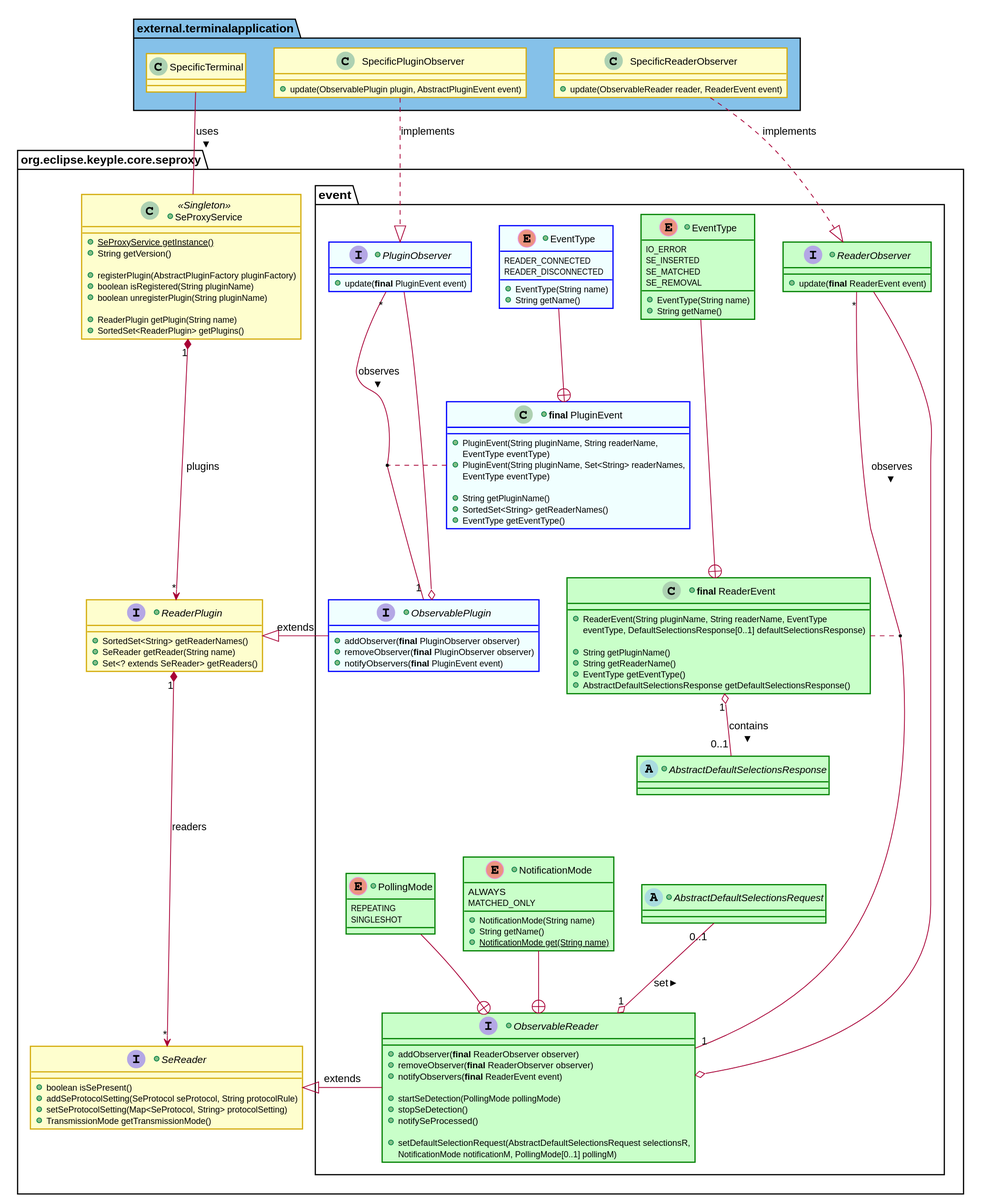
Above: docs/KeypleCoreApi/ApplicationApi/img/KeypleCore_ApplicationApi_ClassDiag_SE_Proxy_ObservablePluginAndReaderEvents_0_8_1.svg in calypsonet/keyple (PlantUML), before the change. Its diagram source:
```plantuml
@startuml
skinparam ClassBorderColor #D4AC0D
skinparam stereotypeABorderColor #A9DCDF
skinparam stereotypeIBorderColor #B4A7E5
skinparam stereotypeCBorderColor #ADD1B2
skinparam stereotypeEBorderColor #EB93DF
skinparam shadowing false

skinparam StateBorderColor #D4AC0D
skinparam ActivityBorderColor #D4AC0D

skinparam ClassBackgroundColor<<red>> #FDEDEC
skinparam ClassBorderColor<<red>> #E74C3C
hide <<red>> stereotype
skinparam ClassBackgroundColor<<purple>> #F4ECF7
skinparam ClassBorderColor<<purple>> #8E44AD
hide <<purple>> stereotype
skinparam ClassBackgroundColor<<blue>> #EBF5FB
skinparam ClassBorderColor<<blue>> #3498DB
hide <<blue>> stereotype
skinparam ClassBackgroundColor<<green>> #EAFAF1
skinparam ClassBorderColor<<green>> #2ECC71
hide <<green>> stereotype

skinparam ClassBackgroundColor<<orange>> #FDF2E9
skinparam ClassBorderColor<<orange>> #E67E22
hide <<orange>> stereotype

skinparam ClassBackgroundColor<<grey>> #EAECEE
skinparam ClassBorderColor<<grey>> #2C3E50
hide <<grey>> stereotype

package external.terminalapplication #85C1E9 {
  class SpecificTerminal

  class SpecificPluginObserver {
    +update(ObservablePlugin plugin, AbstractPluginEvent event)
  }
  class SpecificReaderObserver {
    +update(ObservableReader reader, ReaderEvent event)
  }

  SpecificTerminal -right[hidden]--> SpecificPluginObserver
  SpecificPluginObserver -right[hidden]--> SpecificReaderObserver
}

package org.eclipse.keyple.core.seproxy #FFFFFF {

  class SeProxyService

  package event #FFFFFF {
+enum "EventType" as EventType_Plugin {
  READER_CONNECTED
  READER_DISCONNECTED
  +EventType(String name)
  +String getName()
}

+class "<b>final</b> PluginEvent" as PluginEvent {
  +PluginEvent(String pluginName, String readerName,
    EventType eventType)
  +PluginEvent(String pluginName, Set<String> readerNames,
    EventType eventType)

  +String getPluginName()
  +SortedSet<String> getReaderNames()
  +EventType getEventType()
}
+interface PluginObserver {
  +update(<b>final</b> PluginEvent event)
}
    interface ObservablePlugin
    EventType_Plugin -up-+ PluginEvent


    PluginObserver "*" -down- "1" ObservablePlugin : observes >
    PluginEvent . (ObservablePlugin, PluginObserver)
    PluginObserver --o ObservablePlugin

+enum "EventType" as EventType_Reader {
  IO_ERROR
  SE_INSERTED
  SE_MATCHED
  SE_REMOVAL
  +EventType(String name)
  +String getName()
}

+class "<b>final</b> ReaderEvent" as ReaderEvent {
  +ReaderEvent(String pluginName, String readerName, EventType
  eventType, DefaultSelectionsResponse[0..1] defaultSelectionsResponse)

  +String getPluginName()
  +String getReaderName()
  +EventType getEventType()
  +AbstractDefaultSelectionsResponse getDefaultSelectionsResponse()
}
    EventType_Reader -up--+ ReaderEvent
    ReaderEvent "1" o-down- "0..1" AbstractDefaultSelectionsResponse : contains >

+interface ReaderObserver {
  +update(<b>final</b> ReaderEvent event)
}
    interface ObservableReader
+enum NotificationMode {
  ALWAYS
  MATCHED_ONLY
  +NotificationMode(String name)
  +String getName()
  +{static}NotificationMode get(String name)
}

+enum PollingMode {
  REPEATING
  SINGLESHOT
}
+abstract AbstractDefaultSelectionsRequest {
}

+abstract AbstractDefaultSelectionsResponse {
}

    ReaderObserver "*" -down-- "1" ObservableReader : observes >
    ReaderEvent . (ReaderObserver, ObservableReader)
    ReaderObserver --o ObservableReader

    PollingMode --+ ObservableReader
    NotificationMode --+ ObservableReader
    ObservableReader "1" o-up- "0..1" AbstractDefaultSelectionsRequest : set >
AbstractDefaultSelectionsResponse -down[hidden]- AbstractDefaultSelectionsRequest
  }

  interface ReaderPlugin
+interface SeReader {
  +boolean isSePresent()
  +addSeProtocolSetting(SeProtocol seProtocol, String protocolRule)
  +setSeProtocolSetting(Map<SeProtocol, String> protocolSetting)
  +TransmissionMode getTransmissionMode()
}

  SeProxyService "1" *--> "*" ReaderPlugin : plugins
  ReaderPlugin "1" *-down-> "*" SeReader : readers

  ObservablePlugin -left-|> ReaderPlugin : extends
  ObservableReader -left-|> SeReader : extends
}

SpecificPluginObserver .down.|> PluginObserver : implements
SpecificReaderObserver .down.|> ReaderObserver : implements
SpecificTerminal -down- SeProxyService : uses >

SpecificTerminal -right[hidden]--- SpecificPluginObserver
SeProxyService -right[hidden]--> PluginObserver
PluginObserver  -right[hidden]--> EventType_Plugin
EventType_Plugin -right[hidden]--> EventType_Reader
EventType_Reader  -right[hidden]--> ReaderObserver


enum EventType_Plugin <<Plugin>>
interface PluginObserver <<Plugin>>
class PluginEvent <<Plugin>>
interface ObservablePlugin <<Plugin>>
hide <<Plugin>> stereotype

enum EventType_Reader <<Reader>>
interface ReaderObserver <<Reader>>
class ReaderEvent <<Reader>>
interface ObservableReader <<Reader>>
enum PollingMode <<Reader>>
enum NotificationMode <<Reader>>
abstract AbstractDefaultSelectionsRequest <<Reader>>
abstract AbstractDefaultSelectionsResponse <<Reader>>

hide <<Reader>> stereotype

skinparam class {
  BackgroundColor<<Plugin>> Azure
  BorderColor<<Plugin>> Blue
  BackgroundColor<<Reader>> TECHNOLOGY
  BorderColor<<Reader>> Green
}
+class "<b>final</b> SeProxyService" as SeProxyService << Singleton >> {
  +{static}SeProxyService getInstance()
  +String getVersion()

  +registerPlugin(AbstractPluginFactory pluginFactory)
  +boolean isRegistered(String pluginName)
  +boolean unregisterPlugin(String pluginName)

  +ReaderPlugin getPlugin(String name)
  +SortedSet<ReaderPlugin> getPlugins()
}
+interface ReaderPlugin {
  +SortedSet<String> getReaderNames()
  +SeReader getReader(String name)
  +Set<? extends SeReader> getReaders()
}
+interface ObservablePlugin {
  +addObserver(<b>final</b> PluginObserver observer)
  +removeObserver(<b>final</b> PluginObserver observer)
  +notifyObservers(<b>final</b> PluginEvent event)
}
+interface ObservableReader {
  +addObserver(<b>final</b> ReaderObserver observer)
  +removeObserver(<b>final</b> ReaderObserver observer)
  +notifyObservers(<b>final</b> ReaderEvent event)

  +startSeDetection(PollingMode pollingMode)
  +stopSeDetection()
  +notifySeProcessed()

  +setDefaultSelectionRequest(AbstractDefaultSelectionsRequest selectionsR,
    NotificationMode notificationM, PollingMode[0..1] pollingM)
}
@enduml
```
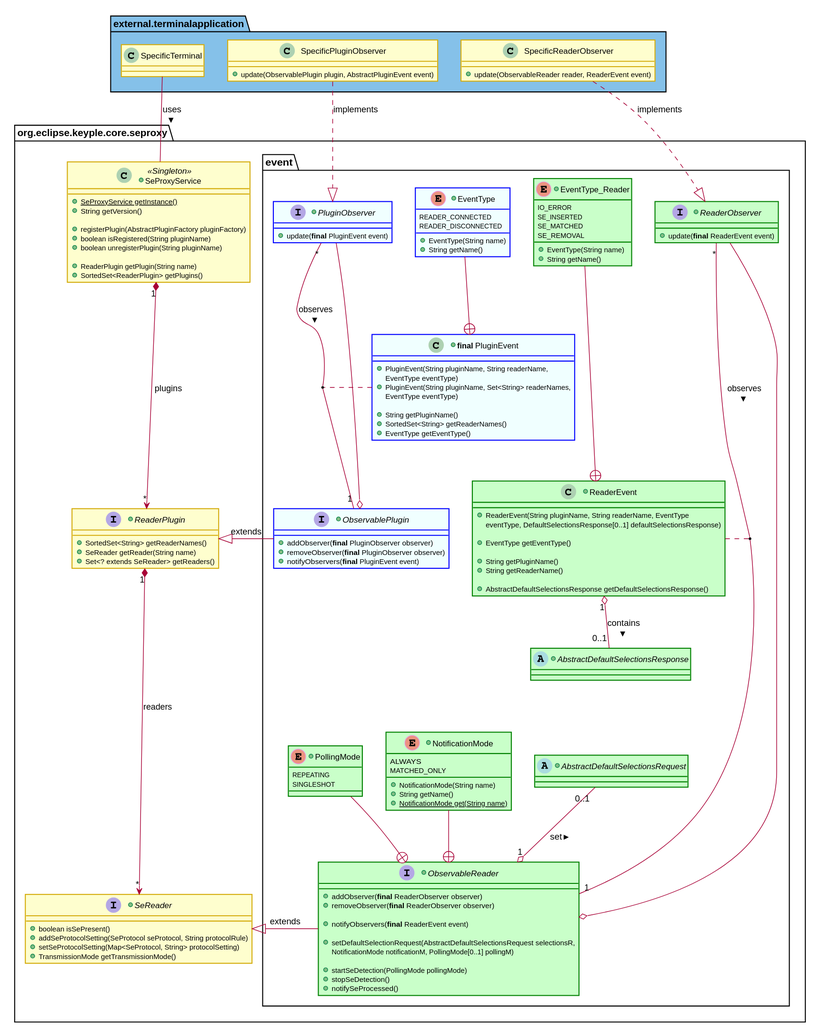
After the change.

Change to the diagram source:
```diff
@@ -77,24 +77,6 @@
     PluginEvent . (ObservablePlugin, PluginObserver)
     PluginObserver --o ObservablePlugin
 
-+enum "EventType" as EventType_Reader {
-  IO_ERROR
-  SE_INSERTED
-  SE_MATCHED
-  SE_REMOVAL
-  +EventType(String name)
-  +String getName()
-}
-
-+class "<b>final</b> ReaderEvent" as ReaderEvent {
-  +ReaderEvent(String pluginName, String readerName, EventType
-  eventType, DefaultSelectionsResponse[0..1] defaultSelectionsResponse)
-
-  +String getPluginName()
-  +String getReaderName()
-  +EventType getEventType()
-  +AbstractDefaultSelectionsResponse getDefaultSelectionsResponse()
-}
     EventType_Reader -up--+ ReaderEvent
     ReaderEvent "1" o-down- "0..1" AbstractDefaultSelectionsResponse : contains >
 
@@ -200,16 +182,37 @@
   +removeObserver(<b>final</b> PluginObserver observer)
   +notifyObservers(<b>final</b> PluginEvent event)
 }
++enum "EventType" as EventType_Reader {
+  IO_ERROR
+  SE_INSERTED
+  SE_MATCHED
+  SE_REMOVAL
+  +EventType(String name)
+  +String getName()
+}
+
++class "<b>final</b> ReaderEvent" as ReaderEvent {
+  +ReaderEvent(String pluginName, String readerName, EventType
+  eventType, DefaultSelectionsResponse[0..1] defaultSelectionsResponse)
+
+  +EventType getEventType()
+
+  +String getPluginName()
+  +String getReaderName()
+
+  +AbstractDefaultSelectionsResponse getDefaultSelectionsResponse()
+}
 +interface ObservableReader {
   +addObserver(<b>final</b> ReaderObserver observer)
   +removeObserver(<b>final</b> ReaderObserver observer)
+
   +notifyObservers(<b>final</b> ReaderEvent event)
+
+  +setDefaultSelectionRequest(AbstractDefaultSelectionsRequest selectionsR,
+    NotificationMode notificationM, PollingMode[0..1] pollingM)
 
   +startSeDetection(PollingMode pollingMode)
   +stopSeDetection()
   +notifySeProcessed()
-
-  +setDefaultSelectionRequest(AbstractDefaultSelectionsRequest selectionsR,
-    NotificationMode notificationM, PollingMode[0..1] pollingM)
 }
 @enduml
```
